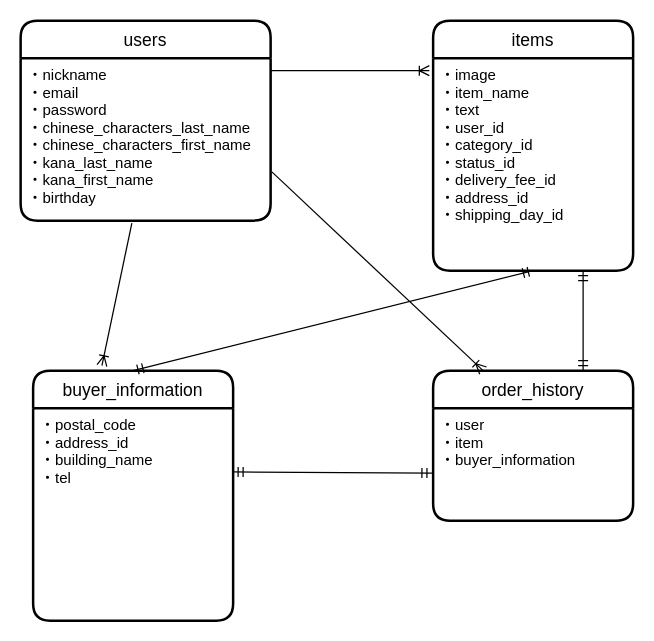
This is er.dio from fumiyaaaaa/furima-31929, a draw.io file, before an edit. Source tidied: cells renumbered, new cells numbered last; positions are measured from the earlier drawing's top-left corner, leaving out a move shared by most shapes. Both pictures are drawn from the tidied source at 125%, with x=0, y=0 at pixel (20, 20).
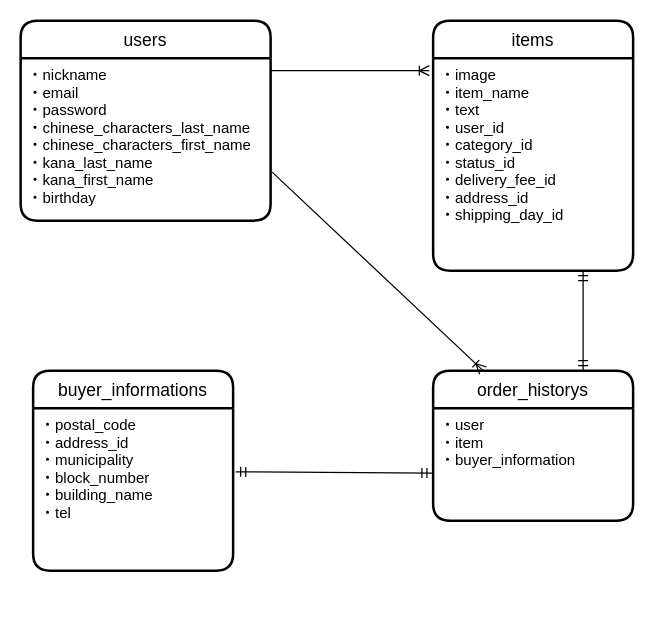
Above is the later version.

The edit, as a diff of the source:
```diff
@@
 <mxGraphModel>
   <root>
     <mxCell id="0" />
     <mxCell id="1" parent="0" />
     <mxCell id="2" value="users" style="swimlane;horizontal=1;startSize=30;rounded=1;fontSize=14;fontStyle=0;strokeWidth=2;shadow=0;dashed=0;align=center;" parent="1" vertex="1">
       <mxGeometry width="200" height="160" as="geometry" />
     </mxCell>
     <mxCell id="3" value="・nickname&#10;・email&#10;・password&#10;・chinese_characters_last_name&#10;・chinese_characters_first_name&#10;・kana_last_name&#10;・kana_first_name&#10;・birthday&#10;" style="align=left;strokeColor=none;fillColor=none;spacingLeft=4;fontSize=12;verticalAlign=top;" parent="2" vertex="1">
       <mxGeometry y="30" width="200" height="130" as="geometry" />
     </mxCell>
     <mxCell id="4" value="items" style="swimlane;horizontal=1;startSize=30;rounded=1;fontSize=14;fontStyle=0;strokeWidth=2;shadow=0;dashed=0;align=center;" parent="1" vertex="1">
       <mxGeometry x="330" width="160" height="200" as="geometry" />
     </mxCell>
     <mxCell id="5" value="・image&#10;・item_name&#10;・text&#10;・user_id&#10;・category_id&#10;・status_id&#10;・delivery_fee_id&#10;・address_id&#10;・shipping_day_id&#10;&#10;" style="align=left;strokeColor=none;fillColor=none;spacingLeft=4;fontSize=12;verticalAlign=top;" parent="4" vertex="1">
       <mxGeometry y="30" width="160" height="170" as="geometry" />
     </mxCell>
-    <mxCell id="6" value="buyer_information" style="swimlane;horizontal=1;startSize=30;rounded=1;fontSize=14;fontStyle=0;strokeWidth=2;shadow=0;dashed=0;align=center;" parent="1" vertex="1">
-      <mxGeometry x="10" y="280" width="160" height="200" as="geometry" />
+    <mxCell id="6" value="buyer_informations" style="swimlane;horizontal=1;startSize=30;rounded=1;fontSize=14;fontStyle=0;strokeWidth=2;shadow=0;dashed=0;align=center;" parent="1" vertex="1">
+      <mxGeometry x="10" y="280" width="160" height="160" as="geometry" />
     </mxCell>
-    <mxCell id="7" value="・postal_code&#10;・address_id&#10;・building_name&#10;・tel&#10;" style="align=left;strokeColor=none;fillColor=none;spacingLeft=4;fontSize=12;verticalAlign=top;" parent="6" vertex="1">
-      <mxGeometry y="30" width="160" height="170" as="geometry" />
+    <mxCell id="7" value="・postal_code&#10;・address_id&#10;・municipality&#10;・block_number&#10;・building_name&#10;・tel&#10;" style="align=left;strokeColor=none;fillColor=none;spacingLeft=4;fontSize=12;verticalAlign=top;" parent="6" vertex="1">
+      <mxGeometry y="30" width="160" height="130" as="geometry" />
     </mxCell>
     <mxCell id="8" style="edgeStyle=entityRelationEdgeStyle;fontSize=12;html=1;endArrow=ERoneToMany;entryX=-0.019;entryY=0.059;entryDx=0;entryDy=0;entryPerimeter=0;exitX=1;exitY=0.077;exitDx=0;exitDy=0;exitPerimeter=0;" parent="1" edge="1" source="3" target="5">
       <mxGeometry relative="1" as="geometry" />
     </mxCell>
-    <mxCell id="9" style="fontSize=12;html=1;endArrow=ERoneToMany;exitX=0.445;exitY=1.015;exitDx=0;exitDy=0;exitPerimeter=0;entryX=0.344;entryY=-0.02;entryDx=0;entryDy=0;entryPerimeter=0;" parent="1" edge="1" source="3" target="6">
-      <mxGeometry relative="1" as="geometry" />
-    </mxCell>
-    <mxCell id="10" style="fontSize=12;html=1;endArrow=ERmandOne;startArrow=ERmandOne;entryX=0.5;entryY=1;entryDx=0;entryDy=0;exitX=0.5;exitY=0;exitDx=0;exitDy=0;" parent="1" edge="1" source="6" target="5">
-      <mxGeometry relative="1" as="geometry" />
-    </mxCell>
-    <mxCell id="11" value="order_history" style="swimlane;horizontal=1;startSize=30;rounded=1;fontSize=14;fontStyle=0;strokeWidth=2;shadow=0;dashed=0;align=center;" parent="1" vertex="1">
+    <mxCell id="11" value="order_historys" style="swimlane;horizontal=1;startSize=30;rounded=1;fontSize=14;fontStyle=0;strokeWidth=2;shadow=0;dashed=0;align=center;" parent="1" vertex="1">
       <mxGeometry x="330" y="280" width="160" height="120" as="geometry" />
     </mxCell>
     <mxCell id="12" value="・user&#10;・item&#10;・buyer_information&#10;" style="align=left;strokeColor=none;fillColor=none;spacingLeft=4;fontSize=12;verticalAlign=top;" parent="11" vertex="1">
       <mxGeometry y="30" width="160" height="90" as="geometry" />
     </mxCell>
     <mxCell id="13" style="fontSize=12;html=1;endArrow=ERmandOne;startArrow=ERmandOne;entryX=0.75;entryY=1;entryDx=0;entryDy=0;exitX=0.75;exitY=0;exitDx=0;exitDy=0;" parent="1" edge="1" source="11" target="5">
       <mxGeometry relative="1" as="geometry" />
     </mxCell>
-    <mxCell id="14" style="fontSize=12;html=1;endArrow=ERmandOne;startArrow=ERmandOne;exitX=1;exitY=0.3;exitDx=0;exitDy=0;exitPerimeter=0;entryX=-0.006;entryY=0.578;entryDx=0;entryDy=0;entryPerimeter=0;" parent="1" edge="1" source="7" target="12">
+    <mxCell id="14" style="fontSize=12;html=1;endArrow=ERmandOne;startArrow=ERmandOne;exitX=1.013;exitY=0.392;exitDx=0;exitDy=0;exitPerimeter=0;entryX=-0.006;entryY=0.578;entryDx=0;entryDy=0;entryPerimeter=0;" parent="1" edge="1" source="7" target="12">
       <mxGeometry relative="1" as="geometry" />
     </mxCell>
     <mxCell id="15" style="fontSize=12;html=1;endArrow=ERoneToMany;exitX=1.005;exitY=0.7;exitDx=0;exitDy=0;exitPerimeter=0;entryX=0.25;entryY=0;entryDx=0;entryDy=0;" parent="1" edge="1" source="3" target="11">
       <mxGeometry relative="1" as="geometry" />
     </mxCell>
   </root>
 </mxGraphModel>
```
